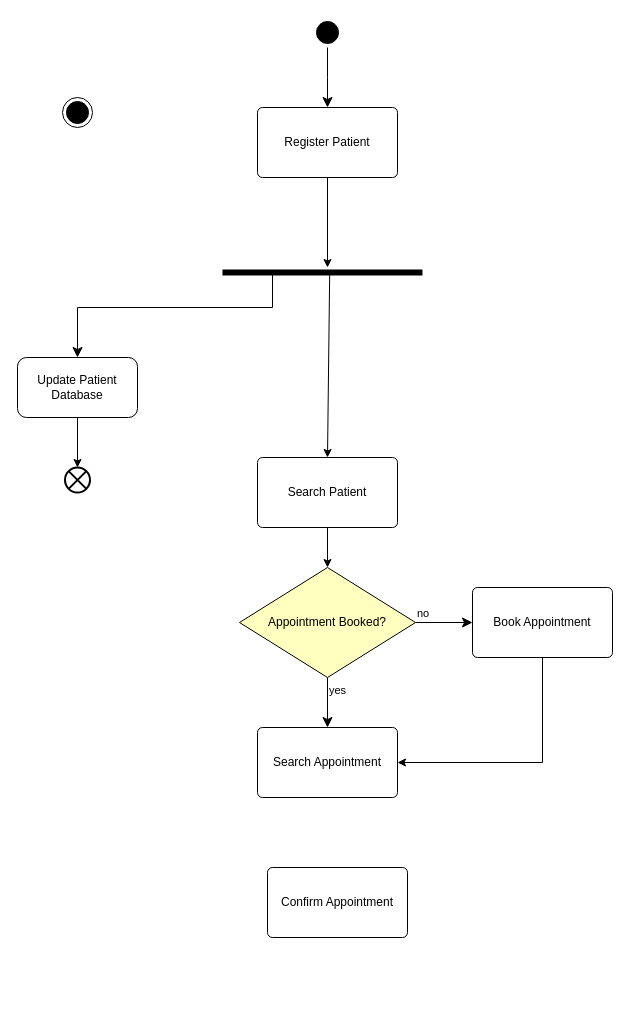
The draw.io diagram Untitled Diagram.drawio in JussSelenite/JussSelenite, before the edit. Source tidied: cells renumbered, new cells numbered last; positions are measured from the earlier drawing's top-left corner, leaving out a move shared by most shapes. Both pictures are drawn from the tidied source at 100%, with x=0, y=0 at pixel (17, 17).
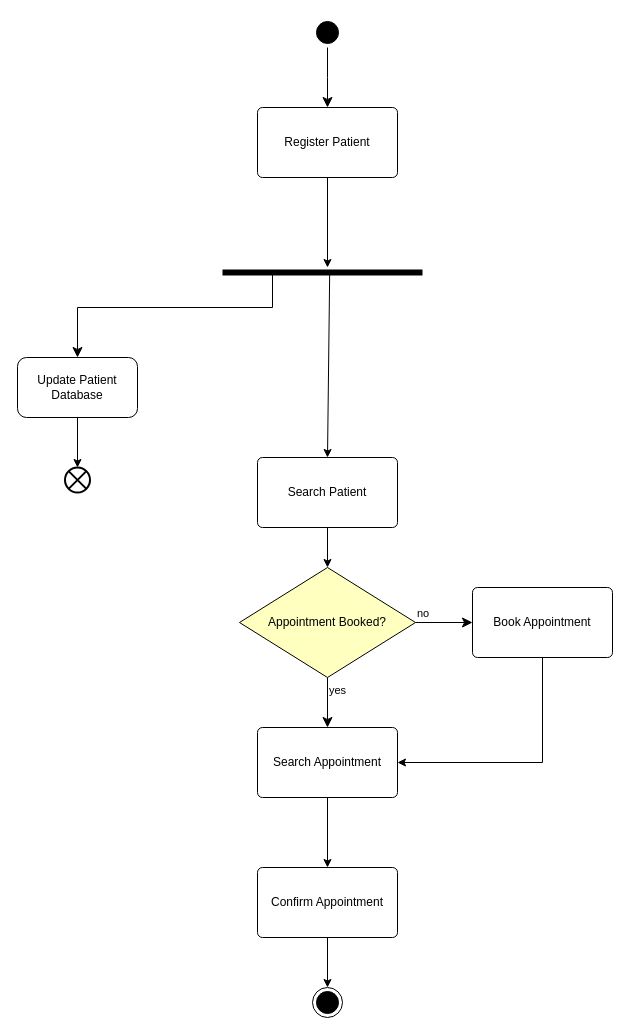
The same page after the edit.

The change refers to these unchanged cells:
```xml
<mxCell id="8" value="Search Appointment" style="html=1;align=center;verticalAlign=middle;rounded=1;absoluteArcSize=1;arcSize=10;dashed=0;whiteSpace=wrap;" parent="1" vertex="1">
  <mxGeometry x="240" y="710" width="140" height="70" as="geometry" />
</mxCell>
```

Change to the diagram source:
```diff
@@
     <mxCell id="2" style="ellipse;html=1;shape=endState;fillColor=#000000;strokeColor=#000000;" parent="1" vertex="1">
-      <mxGeometry x="45" y="80" width="30" height="30" as="geometry" />
+      <mxGeometry x="295" y="970" width="30" height="30" as="geometry" />
     </mxCell>
@@
     <mxCell id="21" value="Confirm Appointment" style="html=1;align=center;verticalAlign=middle;rounded=1;absoluteArcSize=1;arcSize=10;dashed=0;whiteSpace=wrap;" parent="1" vertex="1">
-      <mxGeometry x="250" y="850" width="140" height="70" as="geometry" />
+      <mxGeometry x="240" y="850" width="140" height="70" as="geometry" />
     </mxCell>
+    <mxCell id="22" style="endArrow=classic;html=1;rounded=0;entryX=0.5;entryY=0;entryDx=0;entryDy=0;exitX=0.5;exitY=1;exitDx=0;exitDy=0;" parent="1" edge="1" source="8" target="21">
+      <mxGeometry relative="1" as="geometry" />
+    </mxCell>
+    <mxCell id="23" style="endArrow=classic;html=1;rounded=0;entryX=0.5;entryY=0;entryDx=0;entryDy=0;exitX=0.5;exitY=1;exitDx=0;exitDy=0;" parent="1" edge="1" source="21" target="2">
+      <mxGeometry relative="1" as="geometry" />
+    </mxCell>
```
